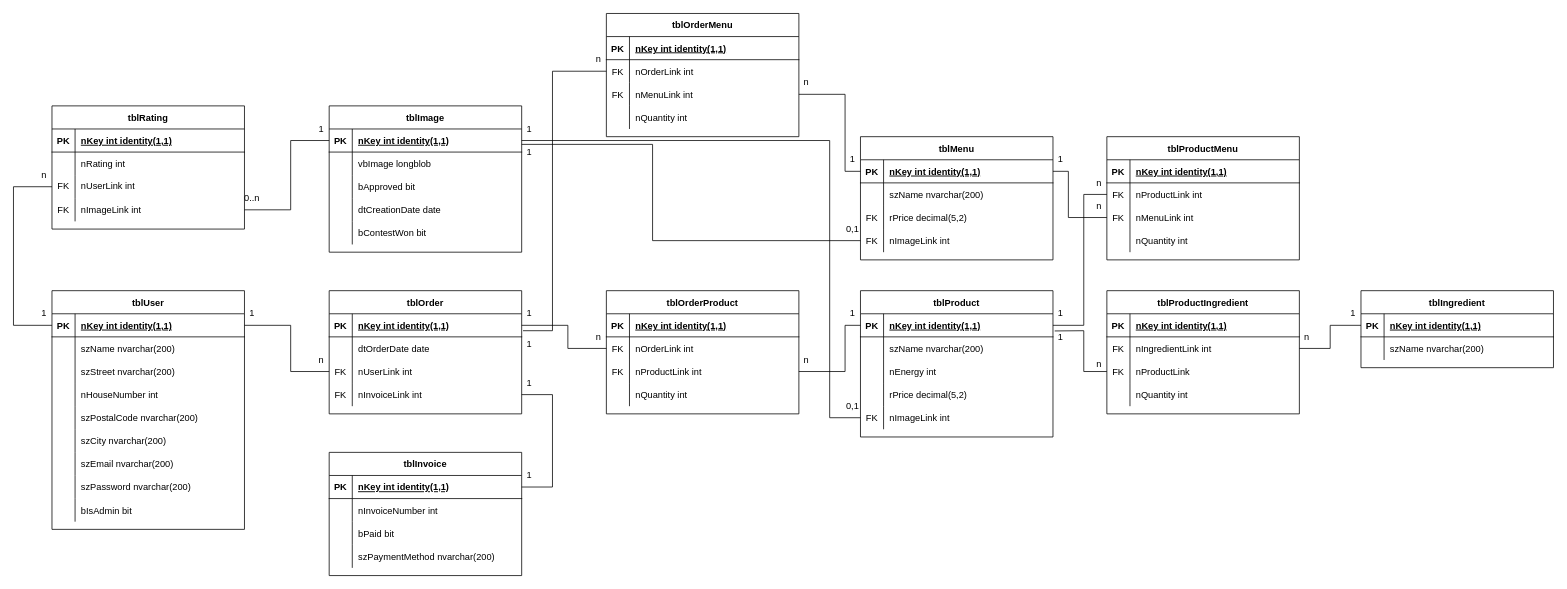
Earlier version of the draw.io diagram Docs/Zeichnungen/Logisches Modell.drawio (JonathanYildiz/CommitAndForget). Source tidied: cells renumbered, new cells numbered last; positions are measured from the earlier drawing's top-left corner, leaving out a move shared by most shapes. Both pictures are drawn from the tidied source at 77%, with x=0, y=0 at pixel (13, 13).
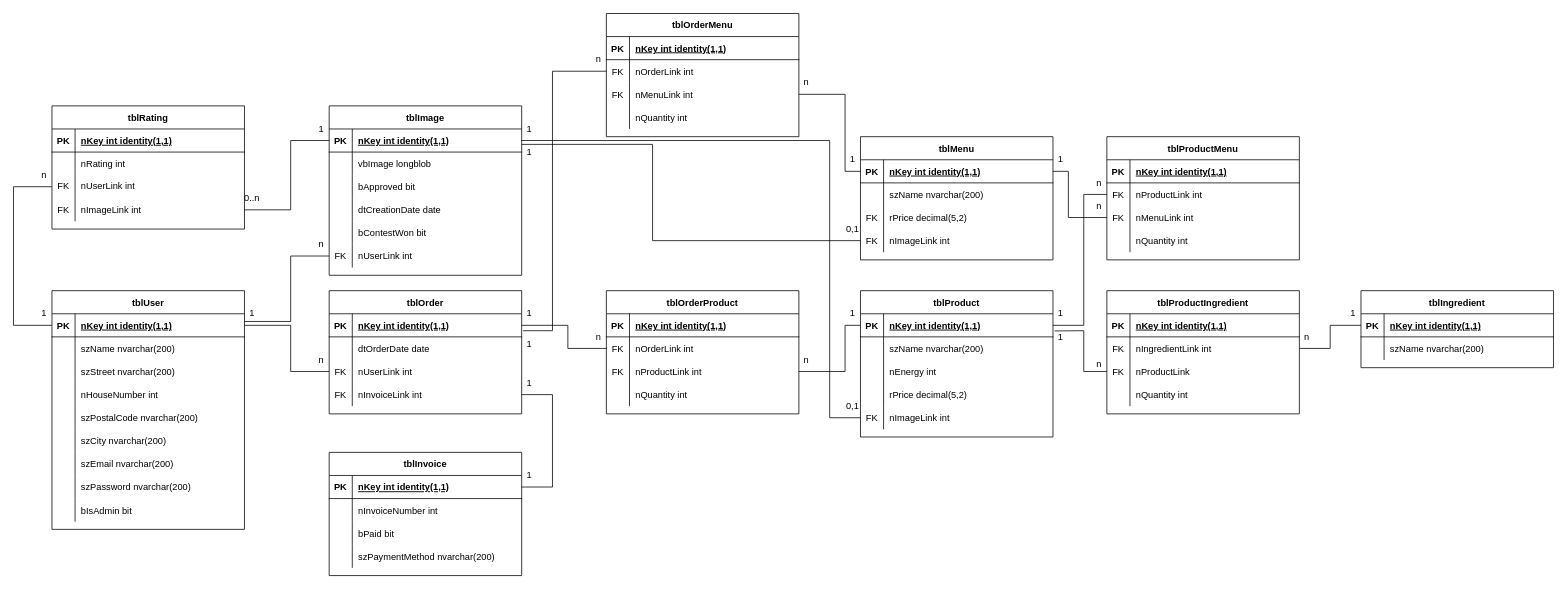
The same diagram, later.

The change refers to these unchanged cells:
```xml
<mxCell id="79" value="1" style="text;html=1;align=center;verticalAlign=middle;whiteSpace=wrap;rounded=0;" parent="1" vertex="1">
  <mxGeometry x="300" y="380" width="20" height="20" as="geometry" />
</mxCell>
```

What changed in the source:
```diff
@@
     <mxCell id="30" value="tblImage" style="shape=table;startSize=30;childLayout=tableLayout;rowLines=0;fontStyle=1;align=center;" parent="1" vertex="1">
-      <mxGeometry x="410" y="120" width="250" height="190" as="geometry" />
+      <mxGeometry x="410" y="120" width="250" height="220" as="geometry" />
     </mxCell>
@@
+    <mxCell id="215" style="shape=tableRow;horizontal=0;startSize=0;swimlaneHead=0;swimlaneBody=0;fillColor=none;points=[[0,0.5],[1,0.5]];portConstraint=eastwest;top=0;left=0;right=0;bottom=0;" parent="30" vertex="1">
+      <mxGeometry y="180" width="250" height="30" as="geometry" />
+    </mxCell>
+    <mxCell id="216" value="FK" style="shape=partialRectangle;fillColor=none;top=0;left=0;bottom=0;right=0;overflow=hidden;" parent="215" vertex="1">
+      <mxGeometry width="30" height="30" as="geometry" />
+    </mxCell>
+    <mxCell id="217" value="nUserLink int" style="shape=partialRectangle;fillColor=none;top=0;left=0;bottom=0;right=0;align=left;spacingLeft=6;overflow=hidden;" parent="215" vertex="1">
+      <mxGeometry x="30" width="220" height="30" as="geometry" />
+    </mxCell>
@@
+    <mxCell id="218" style="endArrow=none;html=1;rounded=0;entryX=0;entryY=0.5;entryDx=0;entryDy=0;exitX=0;exitY=1;exitDx=0;exitDy=0;" parent="1" edge="1" source="79" target="215">
+      <mxGeometry relative="1" as="geometry">
+        <Array as="points">
+          <mxPoint x="360" y="400" />
+          <mxPoint x="360" y="315" />
+        </Array>
+      </mxGeometry>
+    </mxCell>
+    <mxCell id="219" value="n" style="text;html=1;align=center;verticalAlign=middle;whiteSpace=wrap;rounded=0;" parent="1" vertex="1">
+      <mxGeometry x="390" y="290" width="20" height="20" as="geometry" />
+    </mxCell>
```
